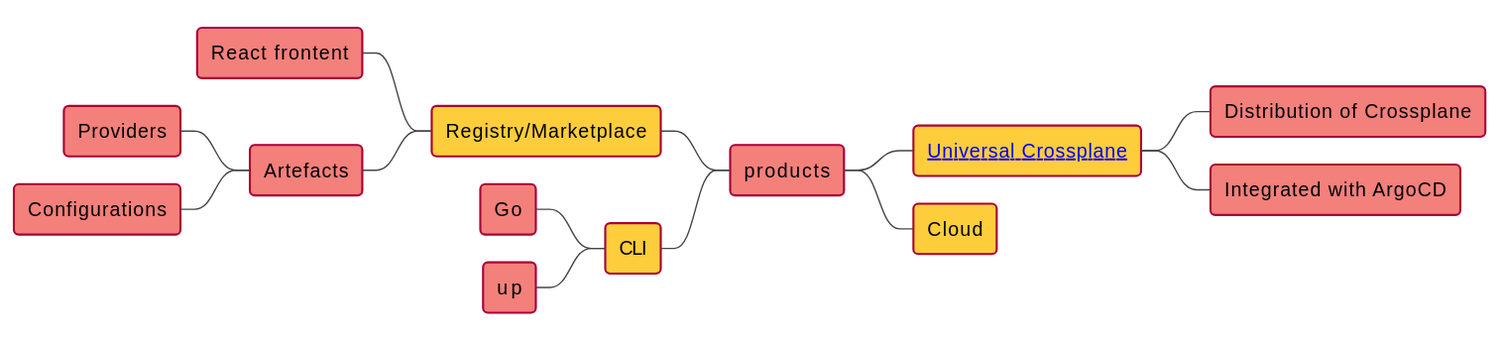
Before: diagrams/rendered/upbound-products-map.svg, a diagram exported from PlantUML (Piotr1215/cloudrumble).
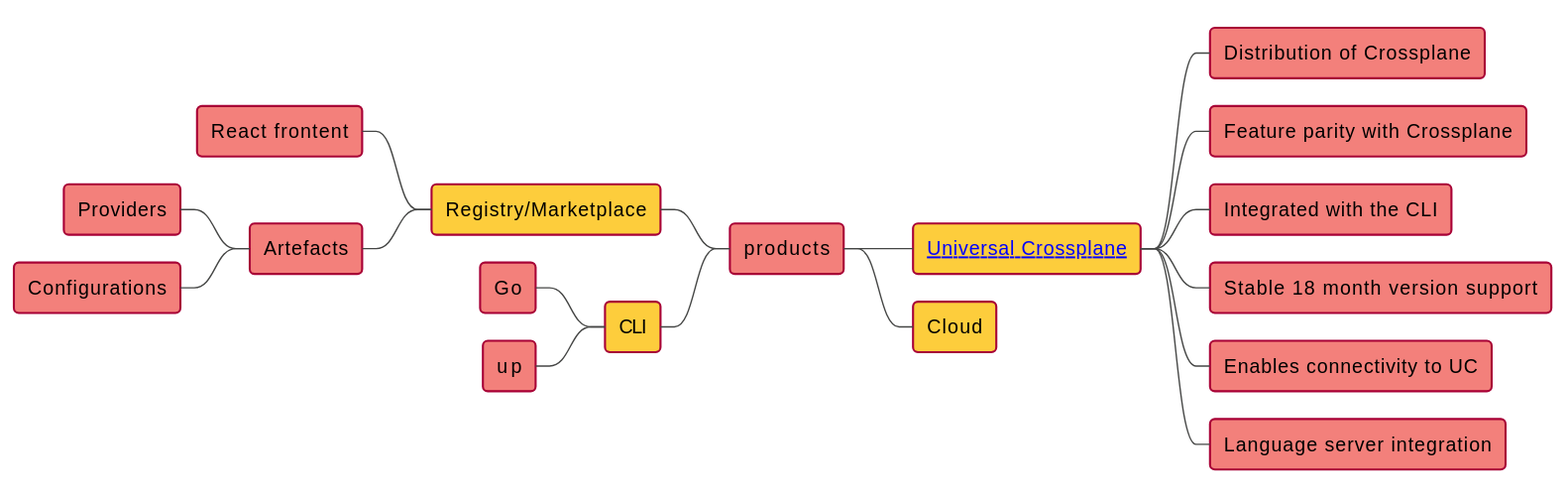
The same diagram one commit later.

Commit message:
Feature parity

Change to the diagram source:
```diff
@@ -13,7 +13,11 @@
 * products
 ++ [[https://github.com/upbound/universal-crossplane Universal Crossplane]]
 +++ Distribution of Crossplane
-+++ Integrated with ArgoCD
++++ Feature parity with Crossplane
++++ Integrated with the CLI
++++ Stable 18 month version support
++++ Enables connectivity to UC
++++ Language server integration
 ++ Cloud
 -- Registry/Marketplace
 --- React frontent
```
